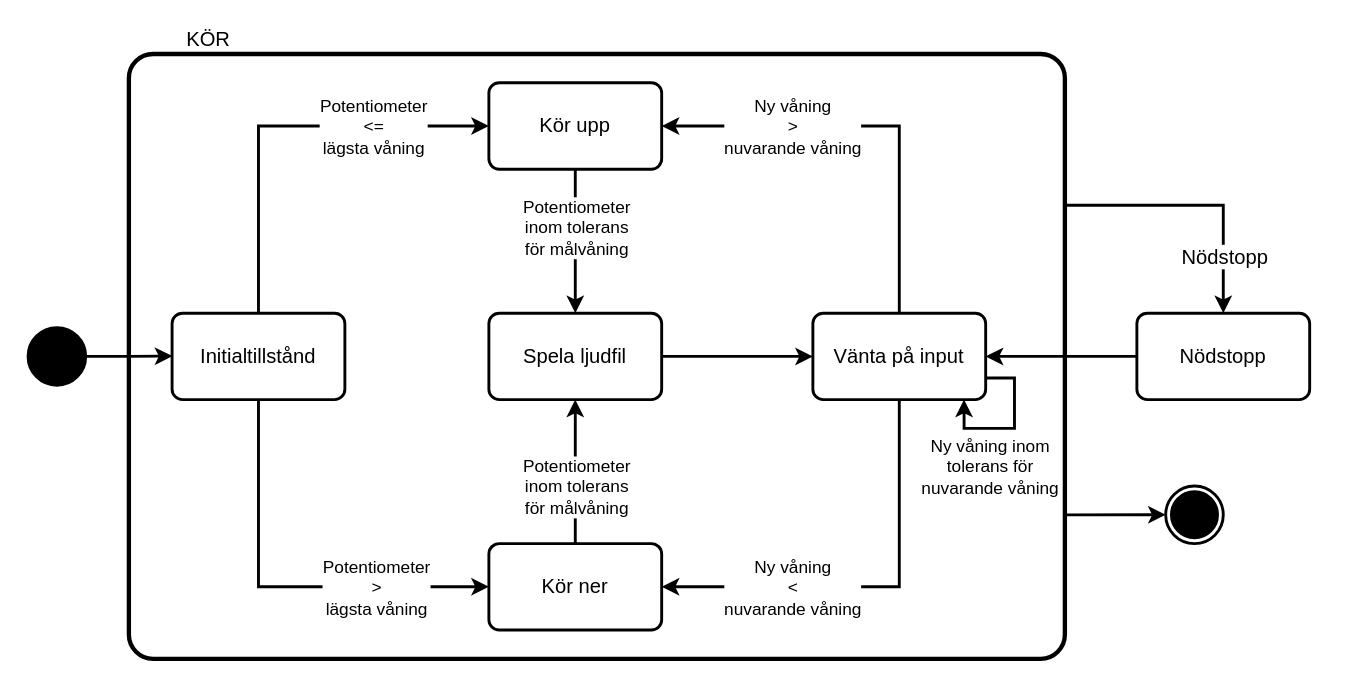
RagePly/TIF083-LabVIEW keeps this draw.io diagram as Bilder och figurer/Drawio/Tillståndsdiagram_2.drawio. Above is the earlier version. Source tidied: cells renumbered, new cells numbered last; positions are measured from the earlier drawing's top-left corner, leaving out a move shared by most shapes. Both pictures are drawn from the tidied source at 144%, with x=0, y=0 at pixel (27, 24).
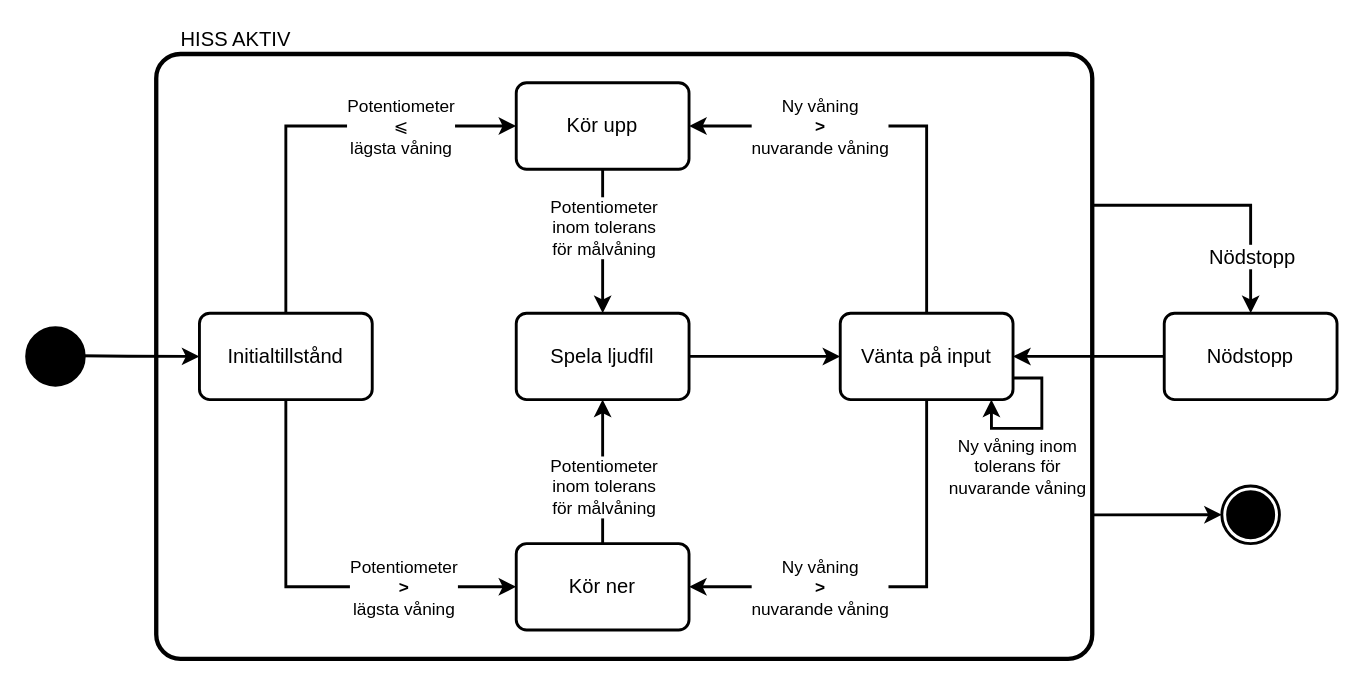
After the change.

Change to the diagram source:
```diff
@@
-    <mxCell id="2" style="group;" parent="1" vertex="1">
-      <mxGeometry width="890" height="440" as="geometry" />
-    </mxCell>
+    <mxCell id="35" style="group;" parent="1" vertex="1">
+      <mxGeometry x="-1" width="910" height="440" as="geometry" />
+    </mxCell>
-    <mxCell id="3" style="rounded=1;whiteSpace=wrap;html=1;labelBackgroundColor=#ffffff;strokeWidth=3;fontFamily=CMU Serif;fontSize=12;fillColor=none;arcSize=4;perimeterSpacing=0;" parent="2" vertex="1">
-      <mxGeometry x="70" y="20" width="650" height="420" as="geometry" />
+    <mxCell id="3" style="rounded=1;whiteSpace=wrap;html=1;labelBackgroundColor=#ffffff;strokeWidth=3;fontFamily=CMU Serif;fontSize=12;fillColor=none;arcSize=4;perimeterSpacing=0;" parent="35" vertex="1">
+      <mxGeometry x="90" y="20" width="650" height="420" as="geometry" />
     </mxCell>
-    <mxCell id="4" value="&lt;font style=&quot;font-size: 14px&quot;&gt;Initialtillstånd&lt;/font&gt;" style="rounded=1;whiteSpace=wrap;html=1;arcSize=12;strokeWidth=2;fontFamily=CMU Serif;" parent="2" vertex="1">
-      <mxGeometry x="100" y="200" width="120" height="60" as="geometry" />
+    <mxCell id="4" value="&lt;font style=&quot;font-size: 14px&quot;&gt;Initialtillstånd&lt;/font&gt;" style="rounded=1;whiteSpace=wrap;html=1;arcSize=12;strokeWidth=2;fontFamily=CMU Serif;" parent="35" vertex="1">
+      <mxGeometry x="120" y="200" width="120" height="60" as="geometry" />
     </mxCell>
-    <mxCell id="5" style="edgeStyle=orthogonalEdgeStyle;rounded=0;jettySize=auto;html=1;exitX=1;exitY=0.5;exitDx=0;exitDy=0;entryX=0.027;entryY=0.436;entryDx=0;entryDy=0;entryPerimeter=0;strokeWidth=2;" parent="2" edge="1" source="6">
-      <mxGeometry relative="1" as="geometry">
-        <mxPoint x="100.2" y="229.8" as="targetPoint" />
-      </mxGeometry>
-    </mxCell>
-    <mxCell id="6" style="ellipse;whiteSpace=wrap;html=1;strokeWidth=2;fillColor=#000000;" parent="2" vertex="1">
+    <mxCell id="6" style="ellipse;whiteSpace=wrap;html=1;strokeWidth=2;fillColor=#000000;" parent="35" vertex="1">
       <mxGeometry y="210" width="40" height="40" as="geometry" />
     </mxCell>
-    <mxCell id="7" value="&lt;font style=&quot;font-size: 14px&quot;&gt;Kör upp&lt;/font&gt;" style="rounded=1;whiteSpace=wrap;html=1;arcSize=12;strokeWidth=2;fontFamily=CMU Serif;" parent="2" vertex="1">
-      <mxGeometry x="320" y="40" width="120" height="60" as="geometry" />
+    <mxCell id="7" value="&lt;font style=&quot;font-size: 14px&quot;&gt;Kör upp&lt;/font&gt;" style="rounded=1;whiteSpace=wrap;html=1;arcSize=12;strokeWidth=2;fontFamily=CMU Serif;" parent="35" vertex="1">
+      <mxGeometry x="340" y="40" width="120" height="60" as="geometry" />
     </mxCell>
-    <mxCell id="8" style="edgeStyle=orthogonalEdgeStyle;rounded=0;jettySize=auto;html=1;exitX=0.5;exitY=0;exitDx=0;exitDy=0;entryX=0;entryY=0.5;entryDx=0;entryDy=0;strokeWidth=2;" parent="2" edge="1" source="4" target="7">
-      <mxGeometry relative="1" as="geometry" />
+    <mxCell id="8" style="edgeStyle=orthogonalEdgeStyle;rounded=0;jettySize=auto;html=1;exitX=0.5;exitY=0;exitDx=0;exitDy=0;entryX=0;entryY=0.5;entryDx=0;entryDy=0;strokeWidth=2;" parent="35" edge="1" source="4" target="7">
+      <mxGeometry x="20" as="geometry" />
     </mxCell>
-    <mxCell id="9" value="Potentiometer&lt;br style=&quot;font-size: 12px;&quot;&gt;&amp;lt;=&lt;br style=&quot;font-size: 12px;&quot;&gt;lägsta våning" style="edgeLabel;align=center;verticalAlign=middle;labelBackgroundColor=#ffffff;html=1;fontFamily=CMU Serif;fontSize=12;" parent="8" vertex="1">
+    <mxCell id="9" value="Potentiometer&lt;br style=&quot;font-size: 12px&quot;&gt;⩽&lt;br style=&quot;font-size: 12px&quot;&gt;lägsta våning" style="edgeLabel;align=center;verticalAlign=middle;labelBackgroundColor=#ffffff;html=1;fontFamily=CMU Serif;fontSize=12;" parent="8" vertex="1">
       <mxGeometry x="0.26" relative="1" as="geometry">
         <mxPoint x="26" as="offset" />
       </mxGeometry>
     </mxCell>
-    <mxCell id="10" value="&lt;font style=&quot;font-size: 14px&quot;&gt;Kör ner&lt;/font&gt;" style="rounded=1;whiteSpace=wrap;html=1;arcSize=12;strokeWidth=2;fontFamily=CMU Serif;" parent="2" vertex="1">
-      <mxGeometry x="320" y="360" width="120" height="60" as="geometry" />
+    <mxCell id="10" value="&lt;font style=&quot;font-size: 14px&quot;&gt;Kör ner&lt;/font&gt;" style="rounded=1;whiteSpace=wrap;html=1;arcSize=12;strokeWidth=2;fontFamily=CMU Serif;" parent="35" vertex="1">
+      <mxGeometry x="340" y="360" width="120" height="60" as="geometry" />
     </mxCell>
-    <mxCell id="11" style="edgeStyle=orthogonalEdgeStyle;rounded=0;jettySize=auto;html=1;exitX=0.5;exitY=1;exitDx=0;exitDy=0;entryX=0;entryY=0.5;entryDx=0;entryDy=0;strokeWidth=2;" parent="2" edge="1" source="4" target="10">
-      <mxGeometry relative="1" as="geometry" />
+    <mxCell id="11" style="edgeStyle=orthogonalEdgeStyle;rounded=0;jettySize=auto;html=1;exitX=0.5;exitY=1;exitDx=0;exitDy=0;entryX=0;entryY=0.5;entryDx=0;entryDy=0;strokeWidth=2;" parent="35" edge="1" source="4" target="10">
+      <mxGeometry x="20" as="geometry" />
     </mxCell>
-    <mxCell id="12" value="Potentiometer&lt;br style=&quot;font-size: 12px;&quot;&gt;&amp;gt;&lt;br style=&quot;font-size: 12px;&quot;&gt;lägsta våning" style="edgeLabel;html=1;align=center;verticalAlign=middle;fontFamily=CMU Serif;fontSize=12;" parent="11" vertex="1">
+    <mxCell id="12" value="Potentiometer&lt;br style=&quot;font-size: 12px&quot;&gt;&lt;b&gt;&amp;gt;&lt;/b&gt;&lt;br style=&quot;font-size: 12px&quot;&gt;lägsta våning" style="edgeLabel;html=1;align=center;verticalAlign=middle;fontFamily=CMU Serif;fontSize=12;" parent="11" vertex="1">
       <mxGeometry x="0.37" y="3" relative="1" as="geometry">
         <mxPoint x="12" y="3" as="offset" />
       </mxGeometry>
     </mxCell>
-    <mxCell id="13" value="&lt;font style=&quot;font-size: 14px&quot;&gt;Spela ljudfil&lt;/font&gt;" style="rounded=1;whiteSpace=wrap;html=1;arcSize=12;strokeWidth=2;fontFamily=CMU Serif;" parent="2" vertex="1">
-      <mxGeometry x="320" y="200" width="120" height="60" as="geometry" />
+    <mxCell id="13" value="&lt;font style=&quot;font-size: 14px&quot;&gt;Spela ljudfil&lt;/font&gt;" style="rounded=1;whiteSpace=wrap;html=1;arcSize=12;strokeWidth=2;fontFamily=CMU Serif;" parent="35" vertex="1">
+      <mxGeometry x="340" y="200" width="120" height="60" as="geometry" />
     </mxCell>
-    <mxCell id="14" style="edgeStyle=orthogonalEdgeStyle;rounded=0;jettySize=auto;html=1;exitX=0.5;exitY=1;exitDx=0;exitDy=0;strokeWidth=2;fontFamily=CMU Serif;fontSize=12;" parent="2" edge="1" source="7" target="13">
-      <mxGeometry relative="1" as="geometry" />
+    <mxCell id="14" style="edgeStyle=orthogonalEdgeStyle;rounded=0;jettySize=auto;html=1;exitX=0.5;exitY=1;exitDx=0;exitDy=0;strokeWidth=2;fontFamily=CMU Serif;fontSize=12;" parent="35" edge="1" source="7" target="13">
+      <mxGeometry x="20" as="geometry" />
     </mxCell>
@@
-    <mxCell id="16" style="edgeStyle=orthogonalEdgeStyle;rounded=0;jettySize=auto;html=1;exitX=0.5;exitY=0;exitDx=0;exitDy=0;entryX=0.5;entryY=1;entryDx=0;entryDy=0;strokeWidth=2;fontFamily=CMU Serif;fontSize=12;" parent="2" edge="1" source="10" target="13">
-      <mxGeometry relative="1" as="geometry">
+    <mxCell id="16" style="edgeStyle=orthogonalEdgeStyle;rounded=0;jettySize=auto;html=1;exitX=0.5;exitY=0;exitDx=0;exitDy=0;entryX=0.5;entryY=1;entryDx=0;entryDy=0;strokeWidth=2;fontFamily=CMU Serif;fontSize=12;" parent="35" edge="1" source="10" target="13">
+      <mxGeometry x="20" as="geometry">
         <Array as="points">
-          <mxPoint x="380" y="300" />
-          <mxPoint x="380" y="300" />
+          <mxPoint x="400" y="300" />
+          <mxPoint x="400" y="300" />
         </Array>
       </mxGeometry>
     </mxCell>
@@
-    <mxCell id="19" style="edgeStyle=orthogonalEdgeStyle;rounded=0;jettySize=auto;html=1;exitX=0.5;exitY=0;exitDx=0;exitDy=0;entryX=1;entryY=0.5;entryDx=0;entryDy=0;strokeWidth=2;fontFamily=CMU Serif;fontSize=12;" parent="2" edge="1" source="24" target="7">
-      <mxGeometry relative="1" as="geometry" />
+    <mxCell id="19" style="edgeStyle=orthogonalEdgeStyle;rounded=0;jettySize=auto;html=1;exitX=0.5;exitY=0;exitDx=0;exitDy=0;entryX=1;entryY=0.5;entryDx=0;entryDy=0;strokeWidth=2;fontFamily=CMU Serif;fontSize=12;" parent="35" edge="1" source="24" target="7">
+      <mxGeometry x="20" as="geometry" />
     </mxCell>
@@
-    <mxCell id="21" value="Ny våning&lt;br&gt;&amp;gt;&lt;br&gt;nuvarande våning" style="edgeLabel;html=1;align=center;verticalAlign=middle;fontSize=12;fontFamily=CMU Serif;" parent="19" vertex="1">
+    <mxCell id="21" value="Ny våning&lt;br&gt;&lt;b&gt;&amp;gt;&lt;/b&gt;&lt;br&gt;nuvarande våning" style="edgeLabel;html=1;align=center;verticalAlign=middle;fontSize=12;fontFamily=CMU Serif;" parent="19" vertex="1">
       <mxGeometry x="-0.37" y="3" relative="1" as="geometry">
         <mxPoint x="-72" y="-37" as="offset" />
       </mxGeometry>
     </mxCell>
-    <mxCell id="22" style="edgeStyle=orthogonalEdgeStyle;rounded=0;jettySize=auto;html=1;exitX=0.5;exitY=1;exitDx=0;exitDy=0;entryX=1;entryY=0.5;entryDx=0;entryDy=0;strokeWidth=2;fontFamily=CMU Serif;fontSize=12;" parent="2" edge="1" source="24" target="10">
-      <mxGeometry relative="1" as="geometry" />
+    <mxCell id="22" style="edgeStyle=orthogonalEdgeStyle;rounded=0;jettySize=auto;html=1;exitX=0.5;exitY=1;exitDx=0;exitDy=0;entryX=1;entryY=0.5;entryDx=0;entryDy=0;strokeWidth=2;fontFamily=CMU Serif;fontSize=12;" parent="35" edge="1" source="24" target="10">
+      <mxGeometry x="20" as="geometry" />
     </mxCell>
-    <mxCell id="23" value="Ny våning&lt;br&gt;&amp;lt;&lt;br&gt;nuvarande våning" style="edgeLabel;html=1;align=center;verticalAlign=middle;fontSize=12;fontFamily=CMU Serif;" parent="22" vertex="1">
+    <mxCell id="23" value="Ny våning&lt;br&gt;&lt;b&gt;&amp;gt;&lt;/b&gt;&lt;br&gt;nuvarande våning" style="edgeLabel;html=1;align=center;verticalAlign=middle;fontSize=12;fontFamily=CMU Serif;" parent="22" vertex="1">
       <mxGeometry x="-0.62" y="3" relative="1" as="geometry">
         <mxPoint x="-78" y="74" as="offset" />
       </mxGeometry>
     </mxCell>
-    <mxCell id="24" value="&lt;font style=&quot;font-size: 14px&quot;&gt;Vänta på input&lt;/font&gt;" style="rounded=1;whiteSpace=wrap;html=1;arcSize=12;strokeWidth=2;fontFamily=CMU Serif;" parent="2" vertex="1">
-      <mxGeometry x="545" y="200" width="120" height="60" as="geometry" />
+    <mxCell id="24" value="&lt;font style=&quot;font-size: 14px&quot;&gt;Vänta på input&lt;/font&gt;" style="rounded=1;whiteSpace=wrap;html=1;arcSize=12;strokeWidth=2;fontFamily=CMU Serif;" parent="35" vertex="1">
+      <mxGeometry x="565" y="200" width="120" height="60" as="geometry" />
     </mxCell>
-    <mxCell id="25" style="edgeStyle=orthogonalEdgeStyle;rounded=0;jettySize=auto;html=1;exitX=1;exitY=0.5;exitDx=0;exitDy=0;entryX=0;entryY=0.5;entryDx=0;entryDy=0;strokeWidth=2;fontFamily=CMU Serif;fontSize=12;" parent="2" edge="1" source="13" target="24">
-      <mxGeometry relative="1" as="geometry" />
+    <mxCell id="25" style="edgeStyle=orthogonalEdgeStyle;rounded=0;jettySize=auto;html=1;exitX=1;exitY=0.5;exitDx=0;exitDy=0;entryX=0;entryY=0.5;entryDx=0;entryDy=0;strokeWidth=2;fontFamily=CMU Serif;fontSize=12;" parent="35" edge="1" source="13" target="24">
+      <mxGeometry x="20" as="geometry" />
     </mxCell>
-    <mxCell id="26" style="edgeStyle=orthogonalEdgeStyle;rounded=0;jettySize=auto;html=1;exitX=1;exitY=0.75;exitDx=0;exitDy=0;strokeWidth=2;fontFamily=CMU Serif;fontSize=12;" parent="2" edge="1" source="24">
-      <mxGeometry relative="1" as="geometry">
-        <mxPoint x="650" y="260" as="targetPoint" />
+    <mxCell id="26" style="edgeStyle=orthogonalEdgeStyle;rounded=0;jettySize=auto;html=1;exitX=1;exitY=0.75;exitDx=0;exitDy=0;strokeWidth=2;fontFamily=CMU Serif;fontSize=12;" parent="35" edge="1" source="24">
+      <mxGeometry x="20" as="geometry">
+        <mxPoint x="670" y="260" as="targetPoint" />
         <Array as="points">
-          <mxPoint x="685" y="245" />
-          <mxPoint x="685" y="280" />
-          <mxPoint x="650" y="280" />
-          <mxPoint x="650" y="260" />
+          <mxPoint x="705" y="245" />
+          <mxPoint x="705" y="280" />
+          <mxPoint x="670" y="280" />
+          <mxPoint x="670" y="260" />
         </Array>
       </mxGeometry>
     </mxCell>
@@
-    <mxCell id="28" value="&lt;span style=&quot;font-size: 14px;&quot;&gt;KÖR&lt;/span&gt;" style="text;html=1;align=center;verticalAlign=middle;fontSize=14;fontFamily=CMU Serif;fontStyle=0;" parent="2" vertex="1">
-      <mxGeometry x="100" width="50" height="20" as="geometry" />
+    <mxCell id="28" value="&lt;span style=&quot;font-size: 14px&quot;&gt;HISS AKTIV&lt;/span&gt;" style="text;html=1;align=center;verticalAlign=middle;fontSize=14;fontFamily=CMU Serif;fontStyle=0;" parent="35" vertex="1">
+      <mxGeometry x="95" width="100" height="20" as="geometry" />
     </mxCell>
-    <mxCell id="29" style="edgeStyle=orthogonalEdgeStyle;rounded=0;jettySize=auto;html=1;exitX=0;exitY=0.5;exitDx=0;exitDy=0;strokeWidth=2;fontFamily=CMU Serif;fontSize=14;" parent="2" edge="1" source="30" target="24">
-      <mxGeometry relative="1" as="geometry" />
+    <mxCell id="29" style="edgeStyle=orthogonalEdgeStyle;rounded=0;jettySize=auto;html=1;exitX=0;exitY=0.5;exitDx=0;exitDy=0;strokeWidth=2;fontFamily=CMU Serif;fontSize=14;" parent="35" edge="1" source="30" target="24">
+      <mxGeometry x="20" as="geometry" />
     </mxCell>
-    <mxCell id="30" value="&lt;font style=&quot;font-size: 14px&quot;&gt;Nödstopp&lt;/font&gt;" style="rounded=1;whiteSpace=wrap;html=1;arcSize=12;strokeWidth=2;fontFamily=CMU Serif;" parent="2" vertex="1">
-      <mxGeometry x="770" y="200" width="120" height="60" as="geometry" />
+    <mxCell id="30" value="&lt;font style=&quot;font-size: 14px&quot;&gt;Nödstopp&lt;/font&gt;" style="rounded=1;whiteSpace=wrap;html=1;arcSize=12;strokeWidth=2;fontFamily=CMU Serif;" parent="35" vertex="1">
+      <mxGeometry x="790" y="200" width="120" height="60" as="geometry" />
     </mxCell>
-    <mxCell id="31" style="edgeStyle=orthogonalEdgeStyle;rounded=0;jettySize=auto;html=1;exitX=1;exitY=0.25;exitDx=0;exitDy=0;entryX=0.5;entryY=0;entryDx=0;entryDy=0;strokeWidth=2;fontFamily=CMU Serif;fontSize=14;" parent="2" edge="1" source="3" target="30">
-      <mxGeometry relative="1" as="geometry">
+    <mxCell id="31" style="edgeStyle=orthogonalEdgeStyle;rounded=0;jettySize=auto;html=1;exitX=1;exitY=0.25;exitDx=0;exitDy=0;entryX=0.5;entryY=0;entryDx=0;entryDy=0;strokeWidth=2;fontFamily=CMU Serif;fontSize=14;" parent="35" edge="1" source="3" target="30">
+      <mxGeometry x="20" as="geometry">
         <Array as="points">
-          <mxPoint x="830" y="125" />
+          <mxPoint x="850" y="125" />
         </Array>
       </mxGeometry>
     </mxCell>
@@
-    <mxCell id="33" style="ellipse;html=1;shape=endState;fillColor=#000000;labelBackgroundColor=#ffffff;fontFamily=CMU Serif;fontSize=14;strokeWidth=2;perimeterSpacing=0;margin=4;portConstraintRotation=0;snapToPoint=0;backgroundOutline=0;movableLabel=1;" parent="2" vertex="1">
-      <mxGeometry x="790" y="320" width="40" height="40" as="geometry" />
+    <mxCell id="33" style="ellipse;html=1;shape=endState;fillColor=#000000;labelBackgroundColor=#ffffff;fontFamily=CMU Serif;fontSize=14;strokeWidth=2;perimeterSpacing=0;margin=4;portConstraintRotation=0;snapToPoint=0;backgroundOutline=0;movableLabel=1;" parent="35" vertex="1">
+      <mxGeometry x="830" y="320" width="40" height="40" as="geometry" />
     </mxCell>
-    <mxCell id="34" style="edgeStyle=orthogonalEdgeStyle;rounded=0;jettySize=auto;html=1;exitX=1;exitY=0.762;exitDx=0;exitDy=0;entryX=0;entryY=0.5;entryDx=0;entryDy=0;strokeWidth=2;fontFamily=CMU Serif;fontSize=14;exitPerimeter=0;" parent="2" edge="1" source="3" target="33">
-      <mxGeometry relative="1" as="geometry" />
+    <mxCell id="34" style="edgeStyle=orthogonalEdgeStyle;rounded=0;jettySize=auto;html=1;exitX=1;exitY=0.762;exitDx=0;exitDy=0;entryX=0;entryY=0.5;entryDx=0;entryDy=0;strokeWidth=2;fontFamily=CMU Serif;fontSize=14;exitPerimeter=0;" parent="35" edge="1" source="3" target="33">
+      <mxGeometry x="20" as="geometry" />
     </mxCell>
+    <mxCell id="36" style="edgeStyle=orthogonalEdgeStyle;rounded=0;jettySize=auto;html=1;exitX=1;exitY=0.762;exitDx=0;exitDy=0;entryX=0;entryY=0.5;entryDx=0;entryDy=0;strokeWidth=2;fontFamily=CMU Serif;fontSize=14;exitPerimeter=0;" parent="35" edge="1" target="4">
+      <mxGeometry x="-700" y="-110.6" as="geometry">
+        <mxPoint x="20" y="229.4" as="sourcePoint" />
+      </mxGeometry>
+    </mxCell>
```
